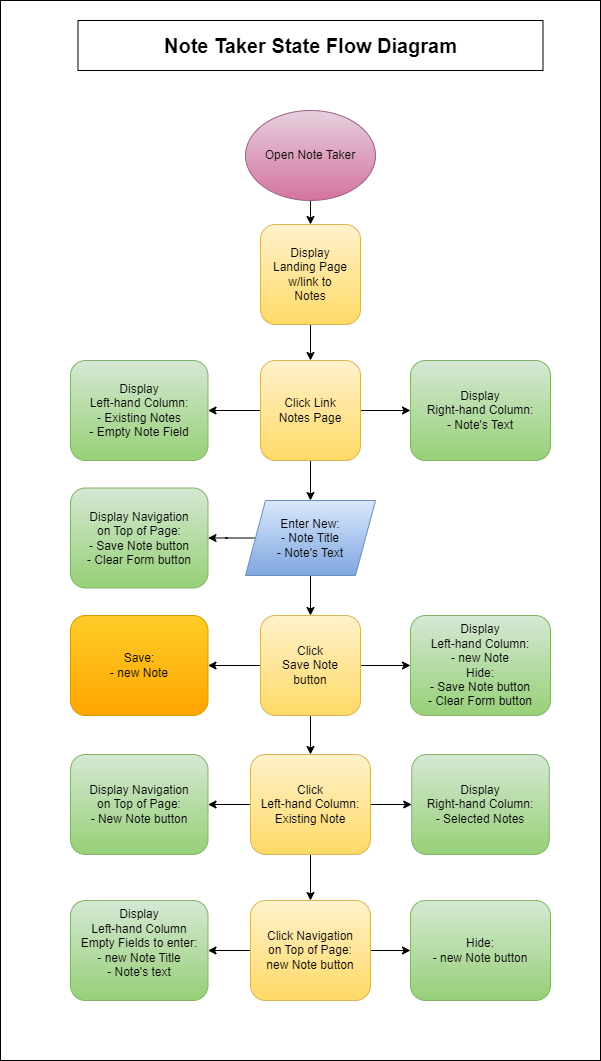
The draw.io diagram assets/Note Taker State Diagram v1.png in naturuplift/NoteTaker, before a commit. Source tidied: cells renumbered, new cells last; positions are measured from the earlier drawing's top-left corner, leaving out a move shared by most shapes.
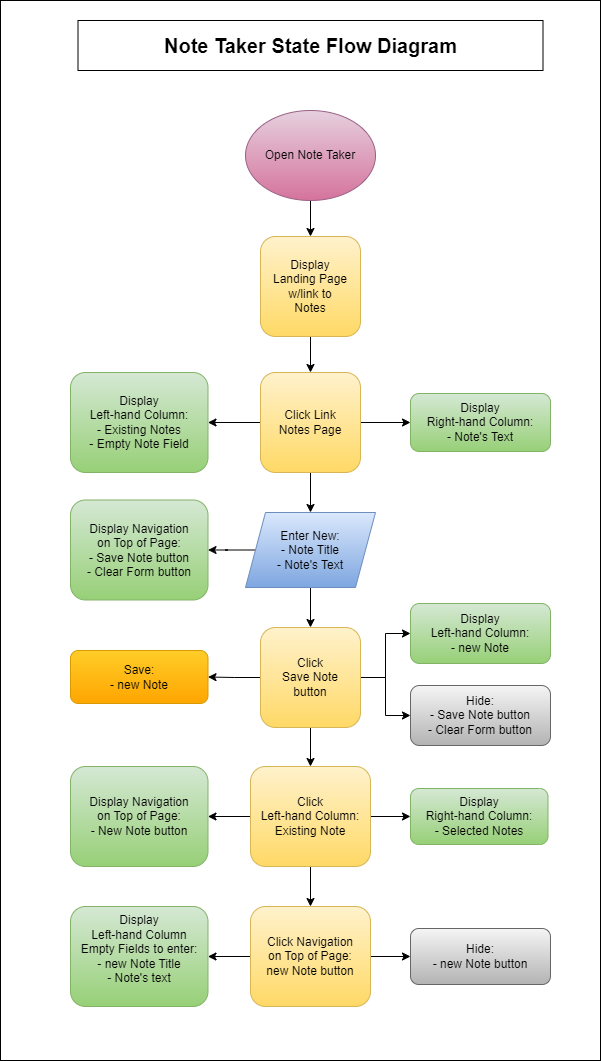
Later version of the same file.

Commit message:
edit state flow diagram

Diff of the diagram source:
```diff
@@ -18,7 +18,7 @@
       <mxGeometry relative="1" as="geometry" />
     </mxCell>
     <mxCell id="7" value="Click Link&lt;br&gt;&lt;div&gt;Notes Page&lt;/div&gt;" style="rounded=1;whiteSpace=wrap;html=1;fontSize=12;glass=0;strokeWidth=1;shadow=0;fillColor=#fff2cc;strokeColor=#d6b656;gradientColor=#ffd966;" parent="1" vertex="1">
-      <mxGeometry x="260" y="360" width="100" height="100" as="geometry" />
+      <mxGeometry x="260" y="372" width="100" height="100" as="geometry" />
     </mxCell>
     <mxCell id="8" value="&lt;b&gt;&lt;font style=&quot;font-size: 20px;&quot;&gt;Note Taker State Flow Diagram&lt;/font&gt;&lt;/b&gt;" style="rounded=0;whiteSpace=wrap;html=1;" parent="1" vertex="1">
       <mxGeometry x="77.5" y="20" width="465" height="50" as="geometry" />
@@ -27,7 +27,7 @@
       <mxGeometry relative="1" as="geometry" />
     </mxCell>
     <mxCell id="10" value="Display&lt;br&gt;Landing Page&lt;div&gt;w/link to&lt;/div&gt;&lt;div&gt;Notes&lt;/div&gt;" style="rounded=1;whiteSpace=wrap;html=1;fontSize=12;glass=0;strokeWidth=1;shadow=0;fillColor=#fff2cc;strokeColor=#d6b656;gradientColor=#ffd966;" parent="1" vertex="1">
-      <mxGeometry x="260" y="224" width="100" height="100" as="geometry" />
+      <mxGeometry x="260" y="236" width="100" height="100" as="geometry" />
     </mxCell>
     <mxCell id="11" value="Open Note Taker" style="ellipse;whiteSpace=wrap;html=1;fillColor=#e6d0de;strokeColor=#996185;gradientColor=#d5739d;" parent="1" vertex="1">
       <mxGeometry x="245" y="110" width="130" height="90" as="geometry" />
@@ -41,11 +41,14 @@
     <mxCell id="14" style="edgeStyle=orthogonalEdgeStyle;rounded=0;jettySize=auto;html=1;exitX=0.5;exitY=1;exitDx=0;exitDy=0;entryX=0.5;entryY=0;entryDx=0;entryDy=0;" parent="1" edge="1" source="15" target="27">
       <mxGeometry relative="1" as="geometry" />
     </mxCell>
+    <mxCell id="35" style="edgeStyle=orthogonalEdgeStyle;rounded=0;jettySize=auto;html=1;exitX=1;exitY=0.5;exitDx=0;exitDy=0;entryX=0;entryY=0.5;entryDx=0;entryDy=0;" parent="1" edge="1" source="15" target="36">
+      <mxGeometry relative="1" as="geometry" />
+    </mxCell>
     <mxCell id="15" value="Click&lt;div&gt;Save&amp;nbsp;&lt;span style=&quot;background-color: initial;&quot;&gt;Note&lt;/span&gt;&lt;div&gt;button&lt;/div&gt;&lt;/div&gt;" style="rounded=1;whiteSpace=wrap;html=1;fontSize=12;glass=0;strokeWidth=1;shadow=0;fillColor=#fff2cc;strokeColor=#d6b656;gradientColor=#ffd966;" parent="1" vertex="1">
-      <mxGeometry x="260" y="615" width="100" height="100" as="geometry" />
+      <mxGeometry x="260" y="627" width="100" height="100" as="geometry" />
     </mxCell>
     <mxCell id="16" value="Display&lt;div&gt;Left-hand Column:&lt;br&gt;&lt;div&gt;- Existing Notes&lt;/div&gt;&lt;div&gt;- Empty Note Field&lt;/div&gt;&lt;/div&gt;" style="rounded=1;whiteSpace=wrap;html=1;fontSize=12;glass=0;strokeWidth=1;shadow=0;fillColor=#d5e8d4;strokeColor=#82b366;gradientColor=#97d077;" parent="1" vertex="1">
-      <mxGeometry x="70" y="360" width="137.5" height="100" as="geometry" />
+      <mxGeometry x="70" y="372" width="137.5" height="100" as="geometry" />
     </mxCell>
     <mxCell id="17" style="edgeStyle=orthogonalEdgeStyle;rounded=0;jettySize=auto;html=1;exitX=0.5;exitY=1;exitDx=0;exitDy=0;entryX=0.5;entryY=0;entryDx=0;entryDy=0;" parent="1" edge="1" source="19" target="15">
       <mxGeometry relative="1" as="geometry" />
@@ -54,19 +57,19 @@
       <mxGeometry relative="1" as="geometry" />
     </mxCell>
     <mxCell id="19" value="Enter New:&lt;div&gt;- Note Title&lt;/div&gt;&lt;div&gt;- Note's Text&lt;/div&gt;" style="shape=parallelogram;perimeter=parallelogramPerimeter;whiteSpace=wrap;html=1;fixedSize=1;fillColor=#dae8fc;strokeColor=#6c8ebf;gradientColor=#7ea6e0;" parent="1" vertex="1">
-      <mxGeometry x="245" y="500" width="130" height="75" as="geometry" />
+      <mxGeometry x="245" y="512" width="130" height="75" as="geometry" />
     </mxCell>
     <mxCell id="20" value="Display&lt;div&gt;Right-hand&amp;nbsp;&lt;span style=&quot;background-color: initial;&quot;&gt;Column:&lt;/span&gt;&lt;/div&gt;&lt;div&gt;- Note's Text&lt;br&gt;&lt;/div&gt;" style="rounded=1;whiteSpace=wrap;html=1;fontSize=12;glass=0;strokeWidth=1;shadow=0;fillColor=#d5e8d4;strokeColor=#82b366;gradientColor=#97d077;" parent="1" vertex="1">
-      <mxGeometry x="410" y="360" width="140" height="100" as="geometry" />
+      <mxGeometry x="410" y="393" width="140" height="58" as="geometry" />
     </mxCell>
     <mxCell id="21" value="Display&amp;nbsp;&lt;span style=&quot;background-color: initial;&quot;&gt;Navigation&lt;/span&gt;&lt;div&gt;&lt;span style=&quot;background-color: initial;&quot;&gt;on Top of Page:&lt;/span&gt;&lt;div&gt;&lt;div&gt;- Save Note button&lt;/div&gt;&lt;div&gt;- Clear Form button&lt;/div&gt;&lt;/div&gt;&lt;/div&gt;" style="rounded=1;whiteSpace=wrap;html=1;fontSize=12;glass=0;strokeWidth=1;shadow=0;fillColor=#d5e8d4;strokeColor=#82b366;gradientColor=#97d077;" parent="1" vertex="1">
-      <mxGeometry x="70" y="487.5" width="137.5" height="100" as="geometry" />
+      <mxGeometry x="70" y="499.5" width="137.5" height="100" as="geometry" />
     </mxCell>
     <mxCell id="22" value="Save:&lt;div&gt;- new Note&lt;/div&gt;" style="rounded=1;whiteSpace=wrap;html=1;fontSize=12;glass=0;strokeWidth=1;shadow=0;fillColor=#ffcd28;strokeColor=#d79b00;gradientColor=#ffa500;" parent="1" vertex="1">
-      <mxGeometry x="70" y="615" width="137.5" height="100" as="geometry" />
+      <mxGeometry x="70" y="650" width="137.5" height="53" as="geometry" />
     </mxCell>
-    <mxCell id="23" value="Display&lt;div&gt;Left-hand&amp;nbsp;&lt;span style=&quot;background-color: initial;&quot;&gt;Column:&lt;/span&gt;&lt;/div&gt;&lt;div&gt;&lt;span style=&quot;background-color: initial;&quot;&gt;-&amp;nbsp;&lt;/span&gt;&lt;span style=&quot;background-color: initial;&quot;&gt;new Note&lt;/span&gt;&lt;/div&gt;&lt;div&gt;&lt;span style=&quot;background-color: initial;&quot;&gt;Hide:&lt;/span&gt;&lt;/div&gt;&lt;div&gt;&lt;div&gt;- Save Note button&lt;/div&gt;&lt;div&gt;- Clear Form button&lt;/div&gt;&lt;/div&gt;" style="rounded=1;whiteSpace=wrap;html=1;fontSize=12;glass=0;strokeWidth=1;shadow=0;fillColor=#d5e8d4;strokeColor=#82b366;gradientColor=#97d077;" parent="1" vertex="1">
-      <mxGeometry x="410" y="615" width="140" height="100" as="geometry" />
+    <mxCell id="23" value="Display&lt;div&gt;Left-hand&amp;nbsp;&lt;span style=&quot;background-color: initial;&quot;&gt;Column:&lt;/span&gt;&lt;/div&gt;&lt;div&gt;&lt;span style=&quot;background-color: initial;&quot;&gt;-&amp;nbsp;&lt;/span&gt;&lt;span style=&quot;background-color: initial;&quot;&gt;new Note&lt;/span&gt;&lt;/div&gt;" style="rounded=1;whiteSpace=wrap;html=1;fontSize=12;glass=0;strokeWidth=1;shadow=0;fillColor=#d5e8d4;strokeColor=#82b366;gradientColor=#97d077;" parent="1" vertex="1">
+      <mxGeometry x="410" y="603" width="140" height="60" as="geometry" />
     </mxCell>
     <mxCell id="24" style="edgeStyle=orthogonalEdgeStyle;rounded=0;jettySize=auto;html=1;exitX=0.5;exitY=1;exitDx=0;exitDy=0;" parent="1" edge="1" source="27" target="32">
       <mxGeometry relative="1" as="geometry" />
@@ -78,13 +81,13 @@
       <mxGeometry relative="1" as="geometry" />
     </mxCell>
     <mxCell id="27" value="Click&lt;div&gt;Left-hand&amp;nbsp;&lt;span style=&quot;background-color: initial;&quot;&gt;Column:&lt;/span&gt;&lt;br&gt;&lt;div&gt;Existing&amp;nbsp;&lt;span style=&quot;background-color: initial;&quot;&gt;Note&lt;/span&gt;&lt;/div&gt;&lt;/div&gt;" style="rounded=1;whiteSpace=wrap;html=1;fontSize=12;glass=0;strokeWidth=1;shadow=0;fillColor=#fff2cc;strokeColor=#d6b656;gradientColor=#ffd966;" parent="1" vertex="1">
-      <mxGeometry x="250" y="754" width="120" height="100" as="geometry" />
+      <mxGeometry x="250" y="766" width="120" height="100" as="geometry" />
     </mxCell>
     <mxCell id="28" value="Display&lt;div&gt;Right-hand Column:&lt;br&gt;&lt;div&gt;- Selected Notes&lt;/div&gt;&lt;/div&gt;" style="rounded=1;whiteSpace=wrap;html=1;fontSize=12;glass=0;strokeWidth=1;shadow=0;fillColor=#d5e8d4;strokeColor=#82b366;gradientColor=#97d077;" parent="1" vertex="1">
-      <mxGeometry x="411.2" y="754" width="137.5" height="100" as="geometry" />
+      <mxGeometry x="410" y="788" width="137.5" height="56" as="geometry" />
     </mxCell>
     <mxCell id="29" value="Display&amp;nbsp;&lt;span style=&quot;background-color: initial;&quot;&gt;Navigation&lt;/span&gt;&lt;div&gt;&lt;span style=&quot;background-color: initial;&quot;&gt;on Top of Page:&lt;/span&gt;&lt;div&gt;&lt;div&gt;- New Note button&lt;/div&gt;&lt;/div&gt;&lt;/div&gt;" style="rounded=1;whiteSpace=wrap;html=1;fontSize=12;glass=0;strokeWidth=1;shadow=0;fillColor=#d5e8d4;strokeColor=#82b366;gradientColor=#97d077;" parent="1" vertex="1">
-      <mxGeometry x="70" y="754" width="137.5" height="100" as="geometry" />
+      <mxGeometry x="70" y="766" width="137.5" height="100" as="geometry" />
     </mxCell>
     <mxCell id="30" style="edgeStyle=orthogonalEdgeStyle;rounded=0;jettySize=auto;html=1;exitX=1;exitY=0.5;exitDx=0;exitDy=0;entryX=0;entryY=0.5;entryDx=0;entryDy=0;" parent="1" edge="1" source="32" target="34">
       <mxGeometry relative="1" as="geometry" />
@@ -93,13 +96,16 @@
       <mxGeometry relative="1" as="geometry" />
     </mxCell>
     <mxCell id="32" value="Click&amp;nbsp;&lt;span style=&quot;background-color: initial;&quot;&gt;Navigation&lt;/span&gt;&lt;div&gt;&lt;span style=&quot;background-color: initial;&quot;&gt;on Top of Page:&lt;/span&gt;&lt;/div&gt;&lt;div&gt;&lt;div&gt;new&amp;nbsp;&lt;span style=&quot;background-color: initial;&quot;&gt;Note button&lt;/span&gt;&lt;/div&gt;&lt;/div&gt;" style="rounded=1;whiteSpace=wrap;html=1;fontSize=12;glass=0;strokeWidth=1;shadow=0;fillColor=#fff2cc;strokeColor=#d6b656;gradientColor=#ffd966;" parent="1" vertex="1">
-      <mxGeometry x="250" y="900" width="120" height="100" as="geometry" />
+      <mxGeometry x="250" y="906" width="120" height="100" as="geometry" />
     </mxCell>
     <mxCell id="33" value="Display&lt;div&gt;Left-hand Column&lt;br&gt;&lt;div&gt;Empty Fields to enter:&lt;/div&gt;&lt;div&gt;- new Note Title&lt;/div&gt;&lt;div&gt;- Note's text&lt;/div&gt;&lt;div&gt;&lt;br&gt;&lt;/div&gt;&lt;/div&gt;" style="rounded=1;whiteSpace=wrap;html=1;fontSize=12;glass=0;strokeWidth=1;shadow=0;fillColor=#d5e8d4;strokeColor=#82b366;gradientColor=#97d077;" parent="1" vertex="1">
-      <mxGeometry x="70" y="900" width="137.5" height="100" as="geometry" />
+      <mxGeometry x="70" y="906" width="137.5" height="100" as="geometry" />
     </mxCell>
-    <mxCell id="34" value="&lt;div&gt;&lt;span style=&quot;background-color: initial;&quot;&gt;Hide:&lt;/span&gt;&lt;/div&gt;&lt;div&gt;&lt;div&gt;- new Note button&lt;/div&gt;&lt;/div&gt;" style="rounded=1;whiteSpace=wrap;html=1;fontSize=12;glass=0;strokeWidth=1;shadow=0;fillColor=#d5e8d4;strokeColor=#82b366;gradientColor=#97d077;" parent="1" vertex="1">
-      <mxGeometry x="410" y="900" width="140" height="100" as="geometry" />
+    <mxCell id="34" value="&lt;div&gt;&lt;span style=&quot;background-color: initial;&quot;&gt;Hide:&lt;/span&gt;&lt;/div&gt;&lt;div&gt;&lt;div&gt;- new Note button&lt;/div&gt;&lt;/div&gt;" style="rounded=1;whiteSpace=wrap;html=1;fontSize=12;glass=0;strokeWidth=1;shadow=0;fillColor=#f5f5f5;strokeColor=#666666;gradientColor=#b3b3b3;" parent="1" vertex="1">
+      <mxGeometry x="410" y="928" width="140" height="56" as="geometry" />
     </mxCell>
+    <mxCell id="36" value="&lt;div&gt;&lt;span style=&quot;background-color: initial;&quot;&gt;Hide:&lt;/span&gt;&lt;/div&gt;&lt;div&gt;&lt;div&gt;- Save Note button&lt;/div&gt;&lt;div&gt;- Clear Form button&lt;/div&gt;&lt;/div&gt;" style="rounded=1;whiteSpace=wrap;html=1;fontSize=12;glass=0;strokeWidth=1;shadow=0;fillColor=#f5f5f5;strokeColor=#666666;gradientColor=#b3b3b3;" parent="1" vertex="1">
+      <mxGeometry x="410" y="685" width="140" height="60" as="geometry" />
+    </mxCell>
   </root>
 </mxGraphModel>
```
